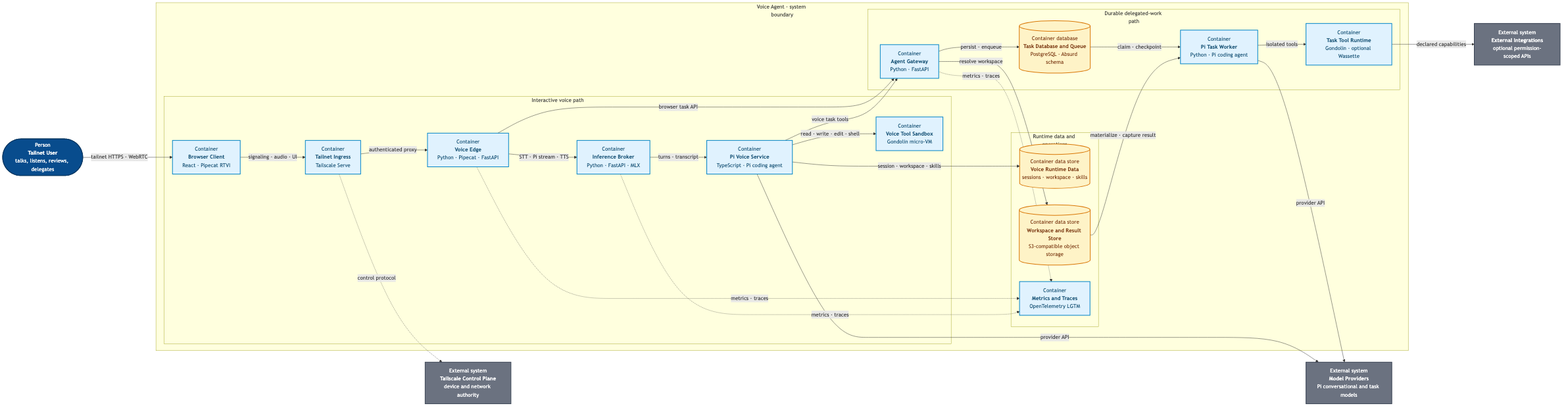
Above: products/voice-agent/docs/architecture/c2-container.png in ragavsathish/agent-workload-platform (Mermaid), before the change. Its source is kept beside it as products/voice-agent/docs/architecture/c2-container.mmd. Its diagram source:
```mermaid
flowchart LR
    USER(["Person<br/><b>Tailnet User</b><br/>talks, listens, reviews, delegates"])
    TSC["External system<br/><b>Tailscale Control Plane</b><br/>device and network authority"]
    MODELS["External system<br/><b>Model Providers</b><br/>Pi conversational and task models"]
    INTEGRATIONS["External system<br/><b>External Integrations</b><br/>optional permission-scoped APIs"]

    subgraph SYSTEM["Voice Agent · system boundary"]
        direction TB

        subgraph VOICE["Interactive voice path"]
            direction LR
            BROWSER["Container<br/><b>Browser Client</b><br/>React · Pipecat RTVI"]
            INGRESS["Container<br/><b>Tailnet Ingress</b><br/>Tailscale Serve"]
            EDGE["Container<br/><b>Voice Edge</b><br/>Python · Pipecat · FastAPI"]
            BROKER["Container<br/><b>Inference Broker</b><br/>Python · FastAPI · MLX"]
            PI["Container<br/><b>Pi Voice Service</b><br/>TypeScript · Pi coding agent"]
            VOICE_VM["Container<br/><b>Voice Tool Sandbox</b><br/>Gondolin micro-VM"]
            BROWSER -->|"signaling · audio · UI"| INGRESS
            INGRESS -->|"authenticated proxy"| EDGE
            EDGE -->|"STT · Pi stream · TTS"| BROKER
            BROKER -->|"turns · transcript"| PI
            PI -->|"read · write · edit · shell"| VOICE_VM
        end

        subgraph TASK["Durable delegated-work path"]
            direction LR
            GATEWAY["Container<br/><b>Agent Gateway</b><br/>Python · FastAPI"]
            TASKS[("Container database<br/><b>Task Database and Queue</b><br/>PostgreSQL · Absurd schema")]
            WORKER["Container<br/><b>Pi Task Worker</b><br/>Python · Pi coding agent"]
            TASK_TOOLS["Container<br/><b>Task Tool Runtime</b><br/>Gondolin · optional Wassette"]
            GATEWAY -->|"persist · enqueue"| TASKS
            TASKS -->|"claim · checkpoint"| WORKER
            WORKER -->|"isolated tools"| TASK_TOOLS
        end

        subgraph DATA["Runtime data and operations"]
            direction LR
            VOICE_DATA[("Container data store<br/><b>Voice Runtime Data</b><br/>sessions · workspace · skills")]
            ARTIFACTS[("Container data store<br/><b>Workspace and Result Store</b><br/>S3-compatible object storage")]
            OTEL["Container<br/><b>Metrics and Traces</b><br/>OpenTelemetry LGTM"]
        end

        EDGE -->|"browser task API"| GATEWAY
        PI -->|"voice task tools"| GATEWAY
        PI -->|"session · workspace · skills"| VOICE_DATA
        GATEWAY -->|"resolve workspace"| ARTIFACTS
        ARTIFACTS -->|"materialize · capture result"| WORKER
        EDGE -.->|"metrics · traces"| OTEL
        BROKER -.->|"metrics · traces"| OTEL
        GATEWAY -.->|"metrics · traces"| OTEL
    end

    USER -->|"tailnet HTTPS · WebRTC"| BROWSER
    INGRESS -.->|"control protocol"| TSC
    PI -->|"provider API"| MODELS
    WORKER -->|"provider API"| MODELS
    TASK_TOOLS -->|"declared capabilities"| INTEGRATIONS

    classDef person fill:#084c8d,color:#fff,stroke:#05345f,stroke-width:2px;
    classDef external fill:#6b7280,color:#fff,stroke:#374151,stroke-width:2px;
    classDef container fill:#e0f2fe,color:#0c4a6e,stroke:#0284c7,stroke-width:2px;
    classDef data fill:#fef3c7,color:#78350f,stroke:#d97706,stroke-width:2px;
    class USER person;
    class TSC,MODELS,INTEGRATIONS external;
    class BROWSER,INGRESS,EDGE,BROKER,PI,VOICE_VM,GATEWAY,WORKER,TASK_TOOLS,OTEL container;
    class TASKS,VOICE_DATA,ARTIFACTS data;
```
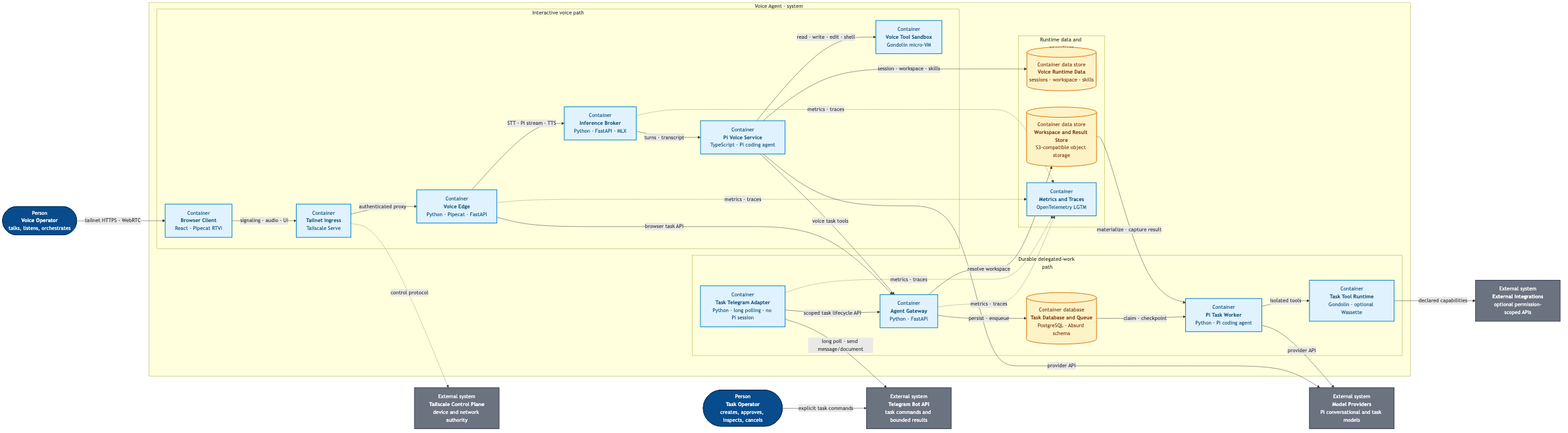
The same file after the commit.

Diff of the diagram source:
```diff
@@ -1,6 +1,8 @@
 flowchart LR
-    USER(["Person<br/><b>Tailnet User</b><br/>talks, listens, reviews, delegates"])
+    USER(["Person<br/><b>Voice Operator</b><br/>talks, listens, orchestrates"])
+    TASK_USER(["Person<br/><b>Task Operator</b><br/>creates, approves, inspects, cancels"])
     TSC["External system<br/><b>Tailscale Control Plane</b><br/>device and network authority"]
+    TELEGRAM_API["External system<br/><b>Telegram Bot API</b><br/>task commands and bounded results"]
     MODELS["External system<br/><b>Model Providers</b><br/>Pi conversational and task models"]
     INTEGRATIONS["External system<br/><b>External Integrations</b><br/>optional permission-scoped APIs"]
 
@@ -23,11 +25,13 @@
         end
 
         subgraph TASK["Durable delegated-work path"]
-            direction LR
+            direction TB
+            TELEGRAM["Container<br/><b>Task Telegram Adapter</b><br/>Python · long polling · no Pi session"]
             GATEWAY["Container<br/><b>Agent Gateway</b><br/>Python · FastAPI"]
             TASKS[("Container database<br/><b>Task Database and Queue</b><br/>PostgreSQL · Absurd schema")]
             WORKER["Container<br/><b>Pi Task Worker</b><br/>Python · Pi coding agent"]
             TASK_TOOLS["Container<br/><b>Task Tool Runtime</b><br/>Gondolin · optional Wassette"]
+            TELEGRAM -->|"scoped task lifecycle API"| GATEWAY
             GATEWAY -->|"persist · enqueue"| TASKS
             TASKS -->|"claim · checkpoint"| WORKER
             WORKER -->|"isolated tools"| TASK_TOOLS
@@ -48,9 +52,12 @@
         EDGE -.->|"metrics · traces"| OTEL
         BROKER -.->|"metrics · traces"| OTEL
         GATEWAY -.->|"metrics · traces"| OTEL
+        TELEGRAM -.->|"metrics · traces"| OTEL
     end
 
     USER -->|"tailnet HTTPS · WebRTC"| BROWSER
+    TASK_USER -->|"explicit task commands"| TELEGRAM_API
+    TELEGRAM -->|"long poll · send message/document"| TELEGRAM_API
     INGRESS -.->|"control protocol"| TSC
     PI -->|"provider API"| MODELS
     WORKER -->|"provider API"| MODELS
@@ -60,7 +67,7 @@
     classDef external fill:#6b7280,color:#fff,stroke:#374151,stroke-width:2px;
     classDef container fill:#e0f2fe,color:#0c4a6e,stroke:#0284c7,stroke-width:2px;
     classDef data fill:#fef3c7,color:#78350f,stroke:#d97706,stroke-width:2px;
-    class USER person;
-    class TSC,MODELS,INTEGRATIONS external;
-    class BROWSER,INGRESS,EDGE,BROKER,PI,VOICE_VM,GATEWAY,WORKER,TASK_TOOLS,OTEL container;
+    class USER,TASK_USER person;
+    class TSC,TELEGRAM_API,MODELS,INTEGRATIONS external;
+    class BROWSER,INGRESS,EDGE,BROKER,PI,VOICE_VM,TELEGRAM,GATEWAY,WORKER,TASK_TOOLS,OTEL container;
     class TASKS,VOICE_DATA,ARTIFACTS data;
```
